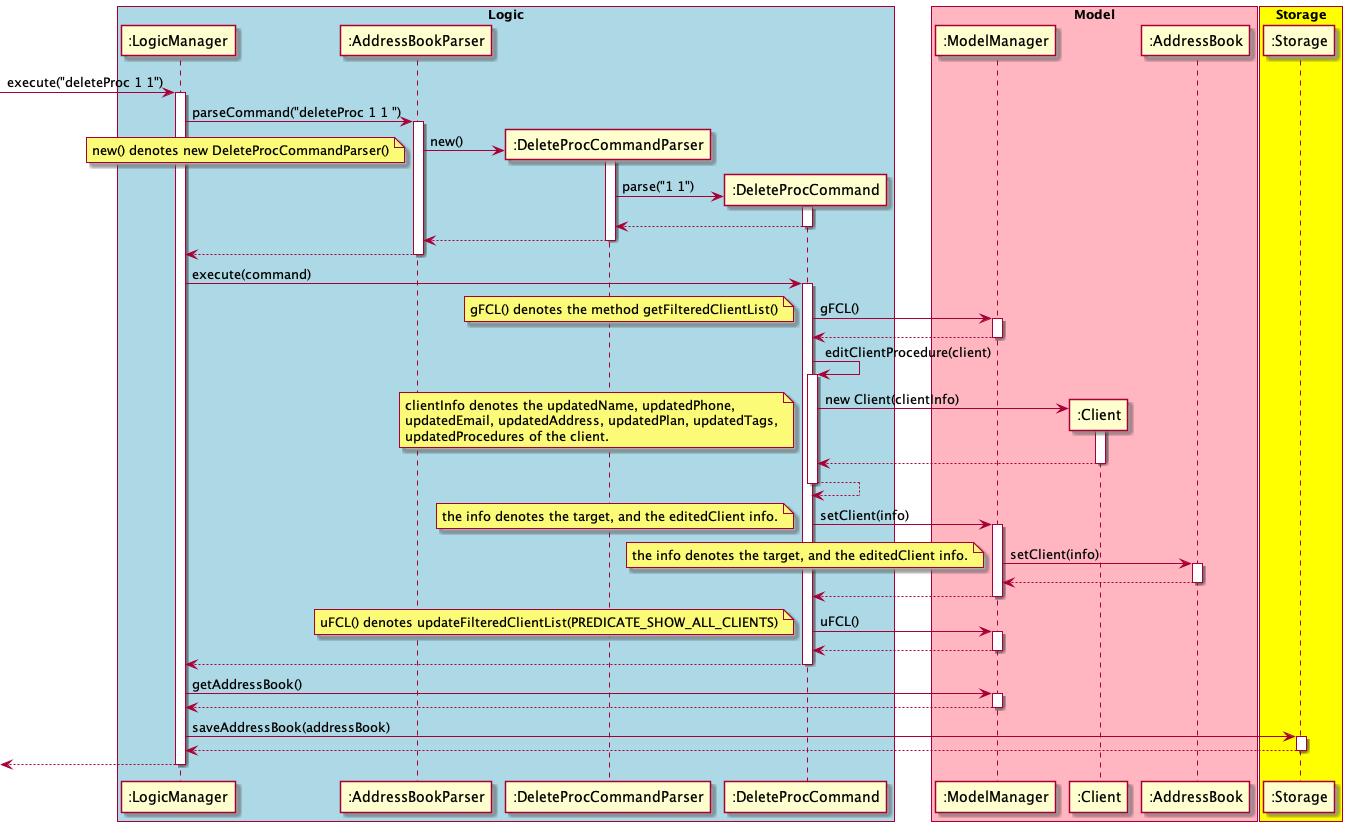
Above: docs/images/DeleteProcSequenceDiagram.png in robinrojh/tp (PlantUML), before the change.
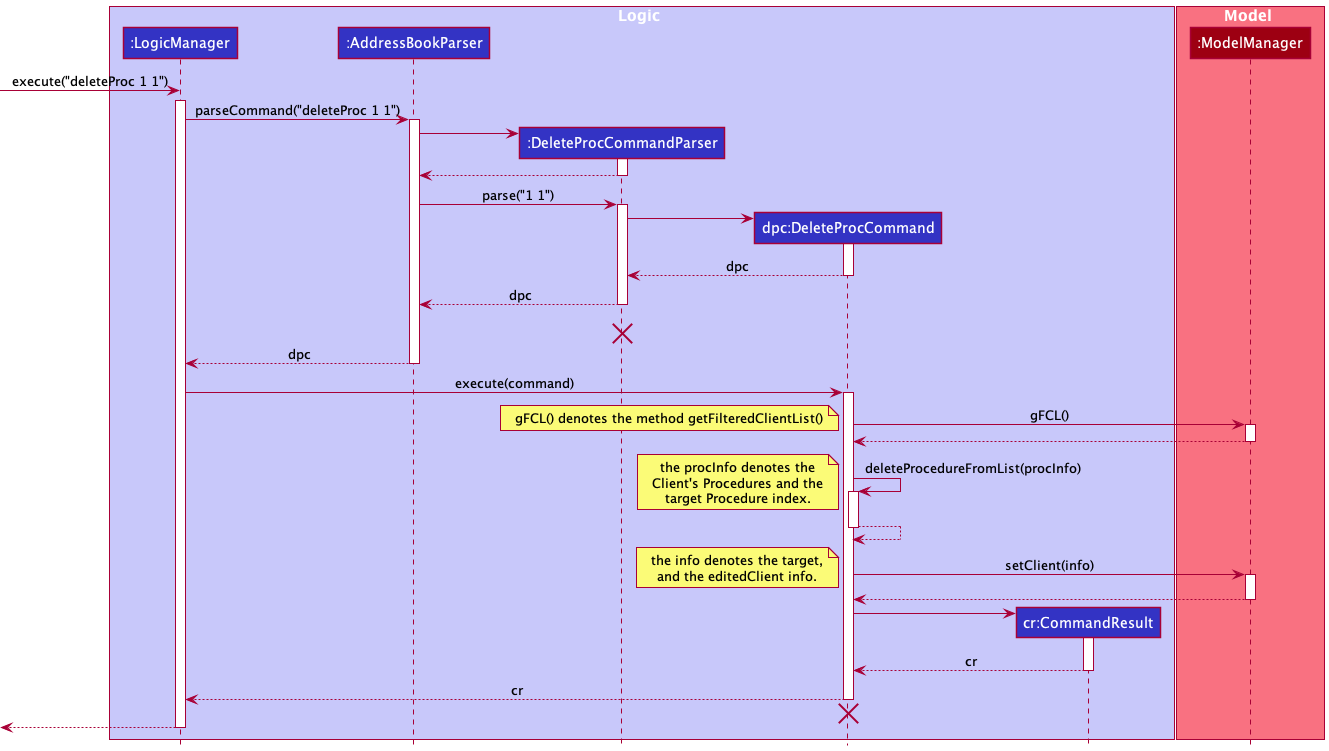
Later version of the same file.

The edit, as a diff of the source:
```diff
@@ -1,93 +1,98 @@
 @startuml
+!include style.puml
 
-box "Logic" #LightBlue
--> ":LogicManager" : execute("deleteProc 1 1")
-activate ":LogicManager"
+box Logic LOGIC_COLOR_T1
+participant ":LogicManager" as LogicManager LOGIC_COLOR
+participant ":AddressBookParser" as AddressBookParser LOGIC_COLOR
+participant ":DeleteProcCommandParser" as DeleteProcCommandParser LOGIC_COLOR
+participant "dpc:DeleteProcCommand" as DeleteProcCommand LOGIC_COLOR
+participant "cr:CommandResult" as CommandResult LOGIC_COLOR
+end box
 
-":LogicManager" -> ":AddressBookParser" : parseCommand("deleteProc 1 1 ")
-activate ":AddressBookParser"
+box Model MODEL_COLOR_T1
+participant ":ModelManager" as ModelManager MODEL_COLOR
+end box
 
-create ":DeleteProcCommandParser"
-":AddressBookParser" -> ":DeleteProcCommandParser" : new()
-activate ":DeleteProcCommandParser"
-note left
-    new() denotes new DeleteProcCommandParser()
-end note
-create ":DeleteProcCommand"
-":DeleteProcCommandParser" -> ":DeleteProcCommand" : parse("1 1")
-activate ":DeleteProcCommand"
+create LogicManager
+-> LogicManager : execute("deleteProc 1 1")
+activate LogicManager
 
-":DeleteProcCommand" --> ":DeleteProcCommandParser"
-deactivate ":DeleteProcCommand"
-":DeleteProcCommandParser" --> ":AddressBookParser"
-deactivate ":DeleteProcCommandParser"
-":AddressBookParser" --> ":LogicManager"
-deactivate ":AddressBookParser"
-endbox
+LogicManager -> AddressBookParser : parseCommand("deleteProc 1 1")
+activate AddressBookParser
 
-box "Model" #lightPink
-":LogicManager" -> ":DeleteProcCommand" : execute(command)
-activate ":DeleteProcCommand"
-":DeleteProcCommand" -> ":ModelManager" : gFCL()
-activate ":ModelManager"
+create DeleteProcCommandParser
+AddressBookParser -> DeleteProcCommandParser
+activate DeleteProcCommandParser
+DeleteProcCommandParser --> AddressBookParser
+deactivate DeleteProcCommandParser
+
+AddressBookParser -> DeleteProcCommandParser : parse("1 1")
+activate DeleteProcCommandParser
+create DeleteProcCommand
+DeleteProcCommandParser -> DeleteProcCommand
+activate DeleteProcCommand
+
+DeleteProcCommand --> DeleteProcCommandParser : dpc
+deactivate DeleteProcCommand
+
+DeleteProcCommandParser --> AddressBookParser : dpc
+deactivate DeleteProcCommandParser
+
+DeleteProcCommandParser -[hidden]-> AddressBookParser : dpc
+destroy DeleteProcCommandParser
+
+AddressBookParser --> LogicManager : dpc
+deactivate AddressBookParser
+
+LogicManager -> DeleteProcCommand : execute(command)
+activate DeleteProcCommand
+
+DeleteProcCommand -> ModelManager : gFCL()
+activate ModelManager
+
 note left
     gFCL() denotes the method getFilteredClientList()
 end note
-":ModelManager" --> ":DeleteProcCommand"
-deactivate ":ModelManager"
-":DeleteProcCommand" -> ":DeleteProcCommand" : editClientProcedure(client)
-activate ":DeleteProcCommand"
-create ":Client"
-":DeleteProcCommand" -> ":Client" : new Client(clientInfo)
-activate ":Client"
+
+ModelManager --> DeleteProcCommand
+deactivate ModelManager
+
+DeleteProcCommand -> DeleteProcCommand : deleteProcedureFromList(procInfo)
 note left
-    clientInfo denotes the updatedName, updatedPhone,
-    updatedEmail, updatedAddress, updatedPlan, updatedTags,
-    updatedProcedures of the client.
+    the procInfo denotes the
+    Client's Procedures and the
+    target Procedure index.
 end note
-":Client" --> ":DeleteProcCommand"
-deactivate ":Client"
-":DeleteProcCommand" --> ":DeleteProcCommand"
-deactivate ":DeleteProcCommand"
+activate DeleteProcCommand
 
-":DeleteProcCommand" -> ":ModelManager" : setClient(info)
+DeleteProcCommand --> DeleteProcCommand
+deactivate DeleteProcCommand
+
+
+DeleteProcCommand -> ModelManager : setClient(info)
+activate ModelManager
+
 note left
-    the info denotes the target, and the editedClient info.
+    the info denotes the target,
+    and the editedClient info.
 end note
-activate ":ModelManager"
-":ModelManager" -> ":AddressBook" : setClient(info)
-note left
-    the info denotes the target, and the editedClient info.
-end note
-activate ":AddressBook"
-":AddressBook" --> ":ModelManager"
-deactivate ":AddressBook"
-":ModelManager" --> ":DeleteProcCommand"
-deactivate ":ModelManager"
-endbox
 
-box "Storage" #Yellow
-":DeleteProcCommand" -> ":ModelManager" : uFCL()
-activate ":ModelManager"
-note left
-    uFCL() denotes updateFilteredClientList(PREDICATE_SHOW_ALL_CLIENTS)
-end note
-":ModelManager" --> ":DeleteProcCommand"
-deactivate ":ModelManager"
-":DeleteProcCommand" --> ":LogicManager"
-deactivate ":DeleteProcCommand"
+ModelManager --> DeleteProcCommand
+deactivate ModelManager
 
-":LogicManager" -> ":ModelManager" : getAddressBook()
-activate ":ModelManager"
-":ModelManager" --> ":LogicManager"
-deactivate ":ModelManager"
+create CommandResult
+DeleteProcCommand -> CommandResult
+activate CommandResult
 
-":LogicManager" -> ":Storage" : saveAddressBook(addressBook)
-activate ":Storage"
-":Storage" --> ":LogicManager"
-deactivate ":Storage"
+CommandResult --> DeleteProcCommand : cr
+deactivate CommandResult
 
-<-- ":LogicManager"
-deactivate ":LogicManager"
-endbox
+DeleteProcCommand --> LogicManager : cr
+deactivate DeleteProcCommand
+
+DeleteProcCommand -[hidden]-> LogicManager
+destroy DeleteProcCommand
+
+<-- LogicManager
+deactivate LogicManager
 @enduml
```
